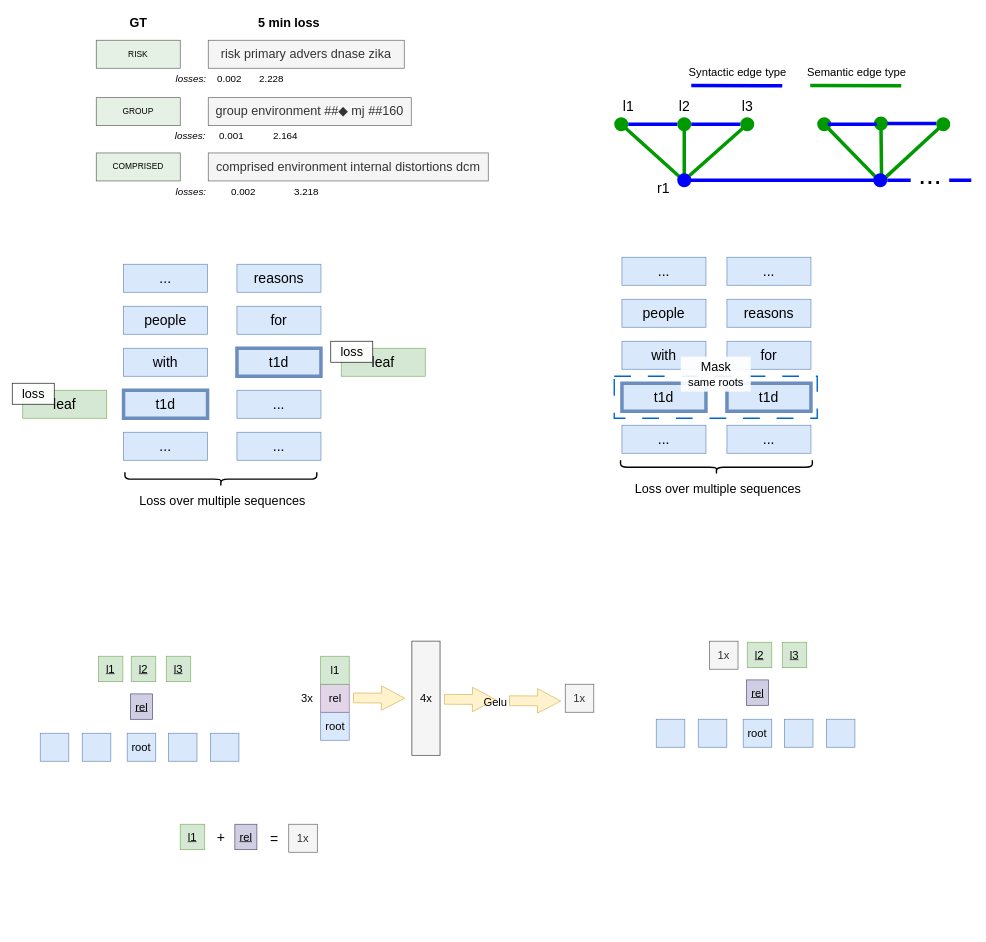
This is page "Page-2" (2 of 2) of presentations/Untitled Diagram.drawio from across-stars/draw.io, a draw.io file, before an edit. Source tidied: cells renumbered, new cells numbered last; positions are measured from the earlier drawing's top-left corner, leaving out a move shared by most shapes. Both pictures are drawn from the tidied source at 70%, with x=0, y=0 at pixel (12, 12).
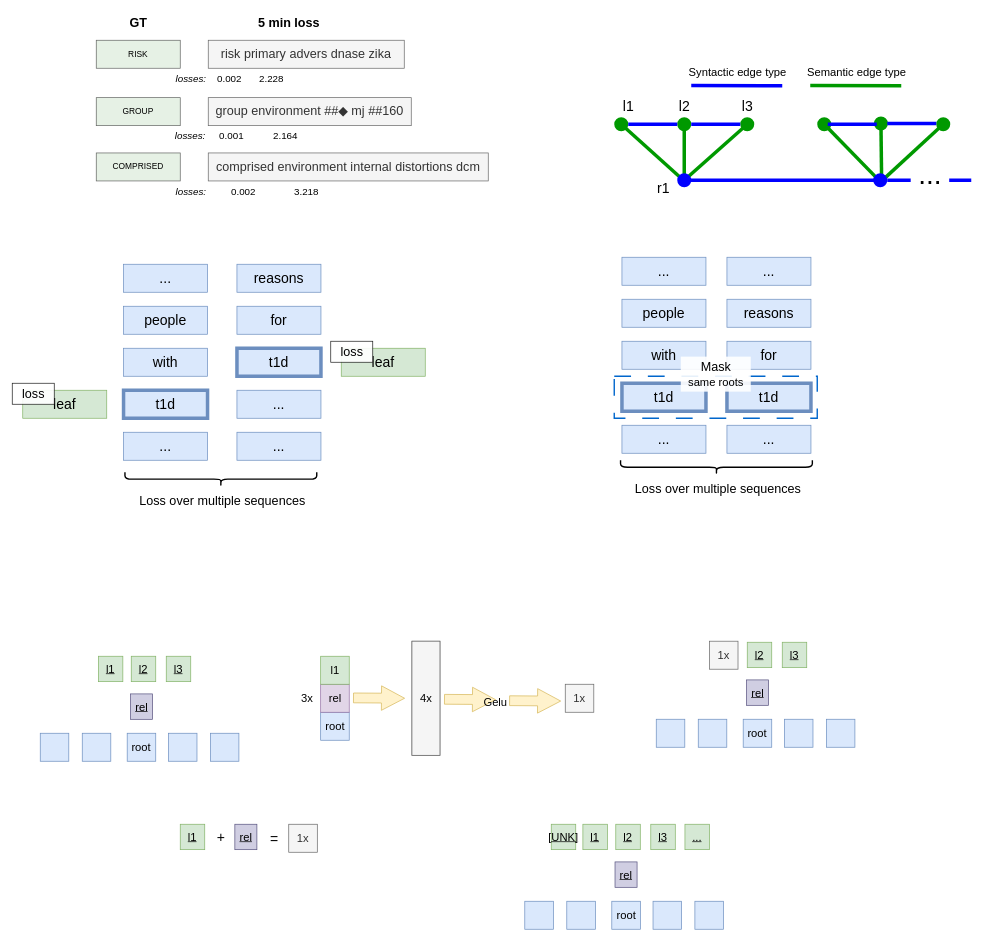
After the change.

Change to the diagram source:
```diff
@@
+    <mxCell id="105" value="&lt;font style=&quot;font-size: 16px;&quot;&gt;rel&lt;/font&gt;" style="rounded=0;whiteSpace=wrap;html=1;rotation=0;fillColor=#d0cee2;strokeColor=#56517e;fontStyle=4;" parent="1" vertex="1">
+      <mxGeometry x="861.1" y="1213.8" width="31.5" height="36.3" as="geometry" />
+    </mxCell>
+    <mxCell id="106" value="&lt;font style=&quot;font-size: 16px;&quot;&gt;l1&lt;/font&gt;" style="rounded=0;whiteSpace=wrap;html=1;rotation=0;fillColor=#d5e8d4;strokeColor=#82b366;fontStyle=4;" parent="1" vertex="1">
+      <mxGeometry x="815.2" y="1160" width="35" height="36.3" as="geometry" />
+    </mxCell>
+    <mxCell id="107" value="&lt;font style=&quot;font-size: 16px;&quot;&gt;l2&lt;/font&gt;" style="rounded=0;whiteSpace=wrap;html=1;rotation=0;fillColor=#d5e8d4;strokeColor=#82b366;fontStyle=4;" parent="1" vertex="1">
+      <mxGeometry x="862.2" y="1160" width="35" height="36.3" as="geometry" />
+    </mxCell>
+    <mxCell id="108" value="&lt;font style=&quot;font-size: 16px;&quot;&gt;l3&lt;/font&gt;" style="rounded=0;whiteSpace=wrap;html=1;rotation=0;fillColor=#d5e8d4;strokeColor=#82b366;fontStyle=4;" parent="1" vertex="1">
+      <mxGeometry x="912.2" y="1160" width="35" height="36.3" as="geometry" />
+    </mxCell>
+    <mxCell id="109" value="&lt;font style=&quot;font-size: 16px;&quot;&gt;root&lt;/font&gt;" style="rounded=0;whiteSpace=wrap;html=1;fillColor=#dae8fc;strokeColor=#6c8ebf;" parent="1" vertex="1">
+      <mxGeometry x="856.5" y="1270" width="40.8" height="40" as="geometry" />
+    </mxCell>
+    <mxCell id="110" style="rounded=0;whiteSpace=wrap;html=1;fillColor=#dae8fc;strokeColor=#6c8ebf;" parent="1" vertex="1">
+      <mxGeometry x="915.4" y="1270" width="40.8" height="40" as="geometry" />
+    </mxCell>
+    <mxCell id="111" style="rounded=0;whiteSpace=wrap;html=1;fillColor=#dae8fc;strokeColor=#6c8ebf;" parent="1" vertex="1">
+      <mxGeometry x="975.2" y="1270" width="40.8" height="40" as="geometry" />
+    </mxCell>
+    <mxCell id="112" style="rounded=0;whiteSpace=wrap;html=1;fillColor=#dae8fc;strokeColor=#6c8ebf;" parent="1" vertex="1">
+      <mxGeometry x="792.2" y="1270" width="40.8" height="40" as="geometry" />
+    </mxCell>
+    <mxCell id="113" style="rounded=0;whiteSpace=wrap;html=1;fillColor=#dae8fc;strokeColor=#6c8ebf;" parent="1" vertex="1">
+      <mxGeometry x="732.2" y="1270" width="40.8" height="40" as="geometry" />
+    </mxCell>
+    <mxCell id="114" value="&lt;font style=&quot;font-size: 16px;&quot;&gt;...&lt;/font&gt;" style="rounded=0;whiteSpace=wrap;html=1;rotation=0;fillColor=#d5e8d4;strokeColor=#82b366;fontStyle=4;" parent="1" vertex="1">
+      <mxGeometry x="961" y="1160" width="35" height="36.3" as="geometry" />
+    </mxCell>
+    <mxCell id="115" value="&lt;font style=&quot;font-size: 16px;&quot;&gt;[UNK]&lt;/font&gt;" style="rounded=0;whiteSpace=wrap;html=1;rotation=0;fillColor=#d5e8d4;strokeColor=#82b366;fontStyle=4;" parent="1" vertex="1">
+      <mxGeometry x="770" y="1160" width="35" height="36.3" as="geometry" />
+    </mxCell>
```
